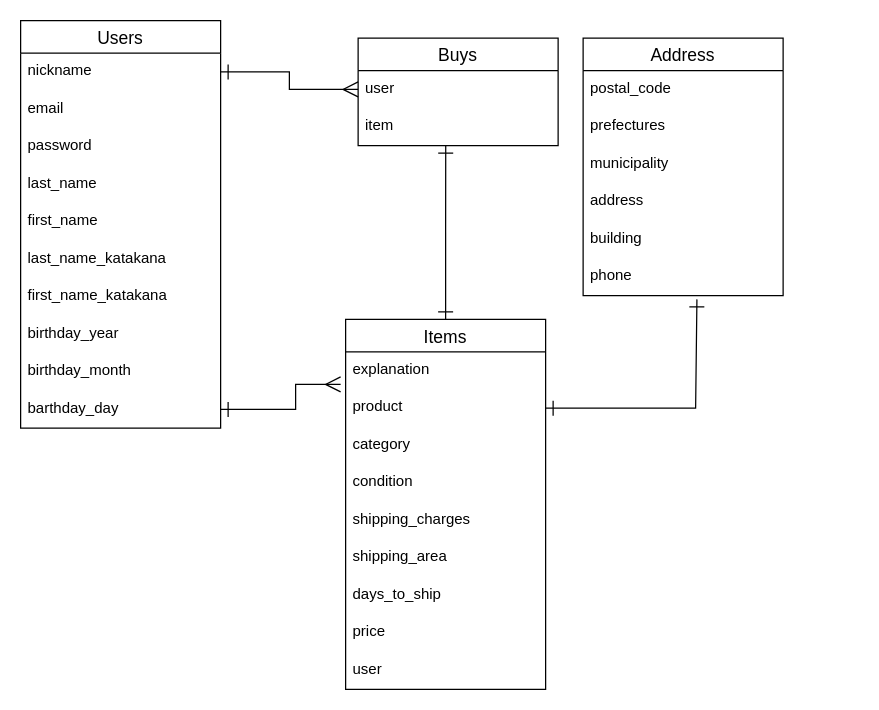
This is furima.dio from uttsu0021/furima-30982, a draw.io file, before an edit. Source tidied: cells renumbered, new cells numbered last; positions are measured from the earlier drawing's top-left corner, leaving out a move shared by most shapes. Both pictures are drawn from the tidied source at 125%, with x=0, y=0 at pixel (20, 20).
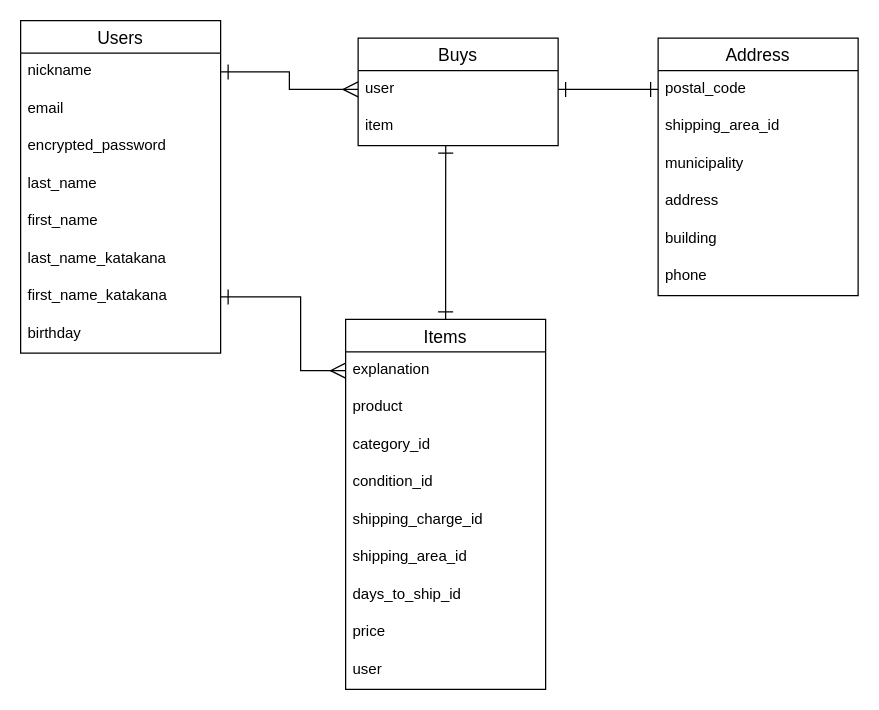
The same diagram, later.

Commit message (it also covers changes not shown here):
都道府県カラムの型を変更

The change refers to these unchanged cells:
```xml
<mxCell id="9" value="first_name_katakana" style="text;strokeColor=none;fillColor=none;spacingLeft=4;spacingRight=4;overflow=hidden;points=[[0,0.5],[1,0.5]];portConstraint=eastwest;fontSize=12;" parent="2" vertex="1">
  <mxGeometry y="206" width="160" height="30" as="geometry" />
</mxCell>
<mxCell id="14" value="Items" style="swimlane;fontStyle=0;horizontal=1;startSize=26;align=center;fontSize=14;" parent="1" vertex="1">
  <mxGeometry x="260" y="239" width="160" height="296" as="geometry" />
</mxCell>
<mxCell id="16" value="product" style="text;strokeColor=none;fillColor=none;spacingLeft=4;spacingRight=4;overflow=hidden;points=[[0,0.5],[1,0.5]];portConstraint=eastwest;fontSize=12;" parent="14" vertex="1">
  <mxGeometry y="56" width="160" height="30" as="geometry" />
</mxCell>
<mxCell id="25" value="user" style="text;strokeColor=none;fillColor=none;spacingLeft=4;spacingRight=4;overflow=hidden;points=[[0,0.5],[1,0.5]];portConstraint=eastwest;fontSize=12;" parent="24" vertex="1">
  <mxGeometry y="26" width="160" height="30" as="geometry" />
</mxCell>
<mxCell id="28" value="postal_code" style="text;strokeColor=none;fillColor=none;spacingLeft=4;spacingRight=4;overflow=hidden;points=[[0,0.5],[1,0.5]];portConstraint=eastwest;fontSize=12;" parent="27" vertex="1">
  <mxGeometry y="26" width="160" height="30" as="geometry" />
</mxCell>
<mxCell id="33" value="phone" style="text;strokeColor=none;fillColor=none;spacingLeft=4;spacingRight=4;overflow=hidden;points=[[0,0.5],[1,0.5]];portConstraint=eastwest;fontSize=12;" parent="27" vertex="1">
  <mxGeometry y="176" width="160" height="30" as="geometry" />
</mxCell>
```

The edit, as a diff of the source:
```diff
@@
     <mxCell id="2" value="Users" style="swimlane;fontStyle=0;horizontal=1;startSize=26;align=center;fontSize=14;" parent="1" vertex="1">
-      <mxGeometry width="160" height="326" as="geometry" />
+      <mxGeometry width="160" height="266" as="geometry" />
     </mxCell>
@@
-    <mxCell id="5" value="password" style="text;strokeColor=none;fillColor=none;spacingLeft=4;spacingRight=4;overflow=hidden;fontSize=12;" parent="2" vertex="1">
+    <mxCell id="5" value="encrypted_password&#10;" style="text;strokeColor=none;fillColor=none;spacingLeft=4;spacingRight=4;overflow=hidden;fontSize=12;" parent="2" vertex="1">
       <mxGeometry y="86" width="160" height="30" as="geometry" />
     </mxCell>
@@
-    <mxCell id="10" value="birthday_year" style="text;strokeColor=none;fillColor=none;spacingLeft=4;spacingRight=4;overflow=hidden;fontSize=12;" parent="2" vertex="1">
+    <mxCell id="10" value="birthday" style="text;strokeColor=none;fillColor=none;spacingLeft=4;spacingRight=4;overflow=hidden;fontSize=12;" parent="2" vertex="1">
       <mxGeometry y="236" width="160" height="30" as="geometry" />
     </mxCell>
-    <mxCell id="11" value="birthday_month" style="text;strokeColor=none;fillColor=none;spacingLeft=4;spacingRight=4;overflow=hidden;fontSize=12;" parent="2" vertex="1">
-      <mxGeometry y="266" width="160" height="30" as="geometry" />
-    </mxCell>
-    <mxCell id="12" value="barthday_day" style="text;strokeColor=none;fillColor=none;spacingLeft=4;spacingRight=4;overflow=hidden;points=[[0,0.5],[1,0.5]];portConstraint=eastwest;fontSize=12;" parent="2" vertex="1">
-      <mxGeometry y="296" width="160" height="30" as="geometry" />
-    </mxCell>
@@
-    <mxCell id="17" value="category" style="text;strokeColor=none;fillColor=none;spacingLeft=4;spacingRight=4;overflow=hidden;fontSize=12;" parent="14" vertex="1">
+    <mxCell id="17" value="category_id" style="text;strokeColor=none;fillColor=none;spacingLeft=4;spacingRight=4;overflow=hidden;fontSize=12;" parent="14" vertex="1">
       <mxGeometry y="86" width="160" height="30" as="geometry" />
     </mxCell>
-    <mxCell id="18" value="condition" style="text;strokeColor=none;fillColor=none;spacingLeft=4;spacingRight=4;overflow=hidden;fontSize=12;" parent="14" vertex="1">
+    <mxCell id="18" value="condition_id" style="text;strokeColor=none;fillColor=none;spacingLeft=4;spacingRight=4;overflow=hidden;fontSize=12;" parent="14" vertex="1">
       <mxGeometry y="116" width="160" height="30" as="geometry" />
     </mxCell>
-    <mxCell id="19" value="shipping_charges" style="text;strokeColor=none;fillColor=none;spacingLeft=4;spacingRight=4;overflow=hidden;fontSize=12;" parent="14" vertex="1">
+    <mxCell id="19" value="shipping_charge_id" style="text;strokeColor=none;fillColor=none;spacingLeft=4;spacingRight=4;overflow=hidden;fontSize=12;" parent="14" vertex="1">
       <mxGeometry y="146" width="160" height="30" as="geometry" />
     </mxCell>
-    <mxCell id="20" value="shipping_area" style="text;strokeColor=none;fillColor=none;spacingLeft=4;spacingRight=4;overflow=hidden;fontSize=12;" parent="14" vertex="1">
+    <mxCell id="20" value="shipping_area_id" style="text;strokeColor=none;fillColor=none;spacingLeft=4;spacingRight=4;overflow=hidden;fontSize=12;" parent="14" vertex="1">
       <mxGeometry y="176" width="160" height="30" as="geometry" />
     </mxCell>
-    <mxCell id="21" value="days_to_ship" style="text;strokeColor=none;fillColor=none;spacingLeft=4;spacingRight=4;overflow=hidden;fontSize=12;" parent="14" vertex="1">
+    <mxCell id="21" value="days_to_ship_id" style="text;strokeColor=none;fillColor=none;spacingLeft=4;spacingRight=4;overflow=hidden;fontSize=12;" parent="14" vertex="1">
       <mxGeometry y="206" width="160" height="30" as="geometry" />
     </mxCell>
@@
     <mxCell id="27" value="Address" style="swimlane;fontStyle=0;horizontal=1;startSize=26;align=center;fontSize=14;" parent="1" vertex="1">
-      <mxGeometry x="450" y="14" width="160" height="206" as="geometry" />
+      <mxGeometry x="510" y="14" width="160" height="206" as="geometry" />
     </mxCell>
@@
-    <mxCell id="29" value="prefectures" style="text;strokeColor=none;fillColor=none;spacingLeft=4;spacingRight=4;overflow=hidden;fontSize=12;" parent="27" vertex="1">
+    <mxCell id="29" value="shipping_area_id" style="text;strokeColor=none;fillColor=none;spacingLeft=4;spacingRight=4;overflow=hidden;fontSize=12;" parent="27" vertex="1">
       <mxGeometry y="56" width="160" height="30" as="geometry" />
     </mxCell>
@@
-    <mxCell id="35" style="edgeStyle=orthogonalEdgeStyle;rounded=0;jettySize=auto;html=1;exitX=1;exitY=0.5;exitDx=0;exitDy=0;startArrow=ERone;startFill=0;startSize=10;endArrow=ERmany;endFill=0;endSize=10;" parent="1" edge="1" source="12">
+    <mxCell id="35" style="edgeStyle=orthogonalEdgeStyle;rounded=0;jettySize=auto;html=1;startArrow=ERone;startFill=0;startSize=10;endArrow=ERmany;endFill=0;endSize=10;exitX=1;exitY=0.5;exitDx=0;exitDy=0;" parent="1" edge="1" source="9">
       <mxGeometry relative="1" as="geometry">
-        <mxPoint x="256" y="291" as="targetPoint" />
+        <mxPoint x="260" y="280" as="targetPoint" />
         <Array as="points">
-          <mxPoint x="220" y="311" />
-          <mxPoint x="220" y="291" />
+          <mxPoint x="224" y="221" />
+          <mxPoint x="224" y="280" />
         </Array>
       </mxGeometry>
     </mxCell>
-    <mxCell id="36" style="edgeStyle=orthogonalEdgeStyle;rounded=0;jettySize=auto;html=1;exitX=1;exitY=0.5;exitDx=0;exitDy=0;startArrow=ERone;startFill=0;startSize=10;endArrow=ERone;endFill=0;endSize=10;entryX=0.569;entryY=1.1;entryDx=0;entryDy=0;entryPerimeter=0;" parent="1" edge="1" source="16" target="33">
-      <mxGeometry relative="1" as="geometry">
-        <Array as="points">
-          <mxPoint x="540" y="310" />
-        </Array>
-      </mxGeometry>
+    <mxCell id="36" style="edgeStyle=orthogonalEdgeStyle;rounded=0;jettySize=auto;html=1;exitX=1;exitY=0.5;exitDx=0;exitDy=0;entryX=0;entryY=0.5;entryDx=0;entryDy=0;startArrow=ERone;startFill=0;endArrow=ERone;endFill=0;startSize=10;endSize=10;" parent="1" edge="1" source="25" target="28">
+      <mxGeometry relative="1" as="geometry" />
     </mxCell>
```
